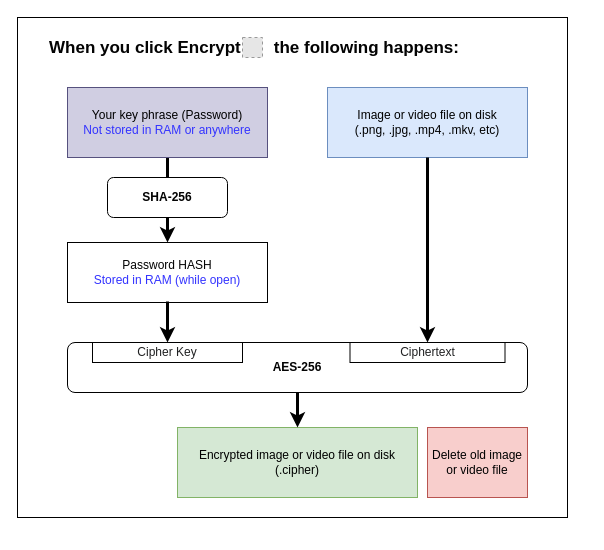
Before: assets/encrypt.drawio in annndruha/SecurePhotos, a draw.io diagram. Source tidied: cells renumbered, new cells numbered last; positions are measured from the earlier drawing's top-left corner, leaving out a move shared by most shapes. Both pictures are drawn from the tidied source at 100%, with x=0, y=0 at pixel (17, 17). Pictures stored in the file or linked from it are replaced by grey dashed boxes.
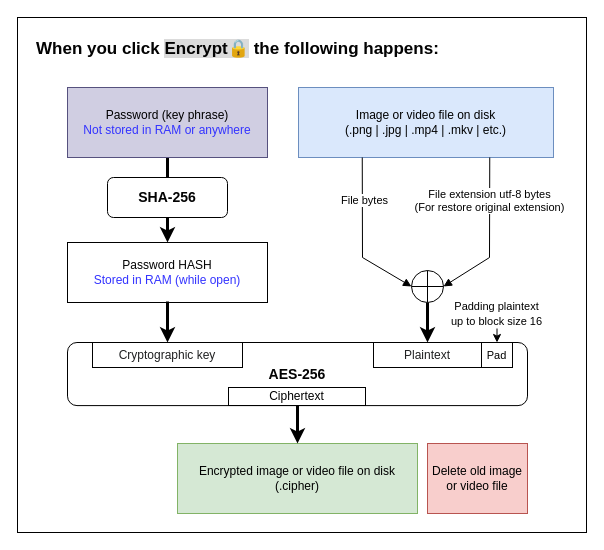
The same diagram, later.

Commit message (it also covers changes not shown here):
Add docstring and update diagram

Diff of the diagram source:
```diff
@@
     <mxCell id="2" style="rounded=0;whiteSpace=wrap;html=1;" parent="1" vertex="1">
-      <mxGeometry width="550" height="500" as="geometry" />
+      <mxGeometry width="569" height="515" as="geometry" />
     </mxCell>
-    <mxCell id="3" value="&lt;font color=&quot;#000000&quot;&gt;Image or video file on disk&lt;br&gt;(.png, .jpg, .mp4, .mkv, etc)&lt;br&gt;&lt;/font&gt;" style="rounded=0;whiteSpace=wrap;html=1;fillColor=#dae8fc;strokeColor=#6c8ebf;" parent="1" vertex="1">
-      <mxGeometry x="310" y="70" width="200" height="70" as="geometry" />
+    <mxCell id="3" value="&lt;font color=&quot;#000000&quot;&gt;Image or video file on disk&lt;br&gt;(.png | .jpg | .mp4 | .mkv | etc.)&lt;br&gt;&lt;/font&gt;" style="rounded=0;whiteSpace=wrap;html=1;fillColor=#dae8fc;strokeColor=#6c8ebf;" parent="1" vertex="1">
+      <mxGeometry x="281" y="70" width="255" height="70" as="geometry" />
     </mxCell>
@@
-    <mxCell id="5" value="&lt;font color=&quot;#030303&quot;&gt;&lt;b&gt;SHA-256&lt;/b&gt;&lt;/font&gt;" style="rounded=1;whiteSpace=wrap;html=1;fontColor=#8F8F8F;" parent="1" vertex="1">
+    <mxCell id="5" value="&lt;font color=&quot;#030303&quot; style=&quot;font-size: 14px;&quot;&gt;&lt;b style=&quot;font-size: 14px;&quot;&gt;SHA-256&lt;/b&gt;&lt;/font&gt;" style="rounded=1;whiteSpace=wrap;html=1;fontColor=#8F8F8F;fontSize=14;" parent="1" vertex="1">
       <mxGeometry x="90" y="160" width="120" height="40" as="geometry" />
     </mxCell>
@@
-    <mxCell id="8" style="endArrow=classic;html=1;rounded=0;fontColor=#030303;strokeColor=#000000;strokeWidth=3;exitX=0.5;exitY=1;exitDx=0;exitDy=0;entryX=0.5;entryY=0;entryDx=0;entryDy=0;" parent="1" edge="1" source="3" target="13">
+    <mxCell id="8" style="endArrow=classic;html=1;rounded=0;fontColor=#030303;strokeColor=#000000;strokeWidth=3;exitX=0;exitY=0.5;exitDx=0;exitDy=0;entryX=0.5;entryY=0;entryDx=0;entryDy=0;startArrow=none;exitPerimeter=0;" parent="1" edge="1" source="21" target="13">
       <mxGeometry relative="1" as="geometry" />
     </mxCell>
@@
-    <mxCell id="10" style="group;fontStyle=1;" parent="1" vertex="1">
-      <mxGeometry x="50" y="325" width="460" height="60" as="geometry" />
+    <mxCell id="10" style="group;fontStyle=1;fontSize=25;" parent="1" vertex="1">
+      <mxGeometry x="50" y="325" width="460" height="101" as="geometry" />
     </mxCell>
-    <mxCell id="11" value="&lt;b&gt;AES-256&lt;/b&gt;" style="rounded=1;whiteSpace=wrap;html=1;fontColor=#030303;" parent="10" vertex="1">
-      <mxGeometry width="460" height="50" as="geometry" />
+    <mxCell id="11" value="&lt;b&gt;&lt;font style=&quot;font-size: 14px;&quot;&gt;AES-256&lt;/font&gt;&lt;/b&gt;" style="rounded=1;whiteSpace=wrap;html=1;fontColor=#030303;" parent="10" vertex="1">
+      <mxGeometry width="460" height="63.1" as="geometry" />
     </mxCell>
-    <mxCell id="12" value="&lt;span style=&quot;color: rgb(32, 33, 34); font-family: sans-serif;&quot;&gt;&lt;font style=&quot;font-size: 12px;&quot;&gt;Cipher Key&lt;/font&gt;&lt;/span&gt;" style="rounded=0;whiteSpace=wrap;html=1;fontColor=#030303;" parent="10" vertex="1">
-      <mxGeometry x="25" width="150" height="20" as="geometry" />
+    <mxCell id="12" value="&lt;font face=&quot;sans-serif&quot; color=&quot;#202122&quot;&gt;Cryptographic key&lt;/font&gt;" style="rounded=0;whiteSpace=wrap;html=1;fontColor=#030303;" parent="10" vertex="1">
+      <mxGeometry x="25" width="150" height="25" as="geometry" />
     </mxCell>
-    <mxCell id="13" value="&lt;span style=&quot;color: rgb(32, 33, 34); font-family: sans-serif;&quot;&gt;&lt;font style=&quot;font-size: 12px;&quot;&gt;Ciphertext&lt;/font&gt;&lt;/span&gt;" style="rounded=0;whiteSpace=wrap;html=1;fontSize=12;fontColor=#030303;" parent="10" vertex="1">
-      <mxGeometry x="282.5" width="155" height="20" as="geometry" />
+    <mxCell id="13" value="&lt;span style=&quot;color: rgb(32, 33, 34); font-family: sans-serif;&quot;&gt;&lt;font style=&quot;font-size: 12px;&quot;&gt;Plaintext&lt;/font&gt;&lt;/span&gt;" style="rounded=0;whiteSpace=wrap;html=1;fontSize=12;fontColor=#030303;" parent="10" vertex="1">
+      <mxGeometry x="306" width="108" height="25" as="geometry" />
     </mxCell>
     <mxCell id="14" value="Encrypted image or video file on disk&lt;br&gt;(.cipher)" style="rounded=0;whiteSpace=wrap;html=1;fontSize=12;fillColor=#d5e8d4;strokeColor=#82b366;" parent="1" vertex="1">
-      <mxGeometry x="160" y="410" width="240" height="70" as="geometry" />
+      <mxGeometry x="160" y="426" width="240" height="70" as="geometry" />
     </mxCell>
@@
     <mxCell id="16" value="Delete old image or video file" style="rounded=0;whiteSpace=wrap;html=1;fontSize=12;fillColor=#f8cecc;strokeColor=#b85450;" parent="1" vertex="1">
-      <mxGeometry x="410" y="410" width="100" height="70" as="geometry" />
+      <mxGeometry x="410" y="426" width="100" height="70" as="geometry" />
     </mxCell>
-    <mxCell id="17" value="Your key phrase (Password)&lt;br&gt;&lt;span style=&quot;color: rgb(51, 51, 255);&quot;&gt;Not stored in RAM or anywhere&lt;/span&gt;" style="rounded=0;whiteSpace=wrap;html=1;fillColor=#d0cee2;strokeColor=#56517e;" parent="1" vertex="1">
+    <mxCell id="17" value="Password (key phrase)&lt;br&gt;&lt;span style=&quot;color: rgb(51, 51, 255);&quot;&gt;Not stored in RAM or anywhere&lt;/span&gt;" style="rounded=0;whiteSpace=wrap;html=1;fillColor=#d0cee2;strokeColor=#56517e;" parent="1" vertex="1">
       <mxGeometry x="50" y="70" width="200" height="70" as="geometry" />
     </mxCell>
-    <mxCell id="18" style="fillColor=#E6E6E6;strokeColor=#999999;dashed=1;verticalLabelPosition=bottom;labelBackgroundColor=default;verticalAlign=top;" parent="1" vertex="1">
-      <mxGeometry x="225" y="20" width="20" height="20" as="geometry" />
-    </mxCell>
-    <mxCell id="19" value="When you click Encrypt&amp;nbsp; &amp;nbsp; &amp;nbsp; &amp;nbsp;the following happens:" style="text;html=1;strokeColor=none;fillColor=none;align=left;verticalAlign=middle;whiteSpace=wrap;rounded=0;fontSize=17;fontColor=#030303;fontStyle=1;" parent="1" vertex="1">
-      <mxGeometry x="30" y="16" width="450" height="30" as="geometry" />
+    <mxCell id="19" value="When you click &lt;span style=&quot;background-color: rgb(219, 219, 219);&quot;&gt;Encrypt🔒&lt;/span&gt; the following happens:" style="text;html=1;strokeColor=none;fillColor=none;align=left;verticalAlign=middle;whiteSpace=wrap;rounded=0;fontSize=17;fontColor=#030303;fontStyle=1;" parent="1" vertex="1">
+      <mxGeometry x="17" y="17" width="450" height="30" as="geometry" />
     </mxCell>
+    <mxCell id="20" value="File bytes" style="html=1;verticalAlign=bottom;endArrow=block;rounded=0;entryX=0.5;entryY=0;entryDx=0;entryDy=0;exitX=0.25;exitY=1;exitDx=0;exitDy=0;entryPerimeter=0;" parent="1" edge="1" source="3" target="21">
+      <mxGeometry x="-0.34" y="2" relative="1" as="geometry">
+        <Array as="points">
+          <mxPoint x="345" y="240" />
+        </Array>
+      </mxGeometry>
+    </mxCell>
+    <mxCell id="21" style="verticalLabelPosition=bottom;verticalAlign=top;html=1;shape=mxgraph.flowchart.summing_function;rotation=-90;" parent="1" vertex="1">
+      <mxGeometry x="394" y="253" width="32" height="32" as="geometry" />
+    </mxCell>
+    <mxCell id="22" value="File extension utf-8 bytes&lt;br&gt;(For restore original extension)" style="html=1;verticalAlign=bottom;endArrow=block;rounded=0;exitX=0.75;exitY=1;exitDx=0;exitDy=0;entryX=0.5;entryY=1;entryDx=0;entryDy=0;entryPerimeter=0;" parent="1" edge="1" source="3" target="21">
+      <mxGeometry x="-0.24" relative="1" as="geometry">
+        <Array as="points">
+          <mxPoint x="472" y="240" />
+        </Array>
+      </mxGeometry>
+    </mxCell>
+    <mxCell id="23" value="Ciphertext" style="rounded=0;whiteSpace=wrap;html=1;" parent="1" vertex="1">
+      <mxGeometry x="211" y="370" width="137" height="18" as="geometry" />
+    </mxCell>
+    <mxCell id="24" value="&lt;font style=&quot;font-size: 11px;&quot;&gt;Padding plaintext up to block size 16&lt;/font&gt;" style="text;html=1;strokeColor=none;fillColor=none;align=center;verticalAlign=middle;whiteSpace=wrap;rounded=0;" parent="1" vertex="1">
+      <mxGeometry x="431" y="281" width="97" height="30" as="geometry" />
+    </mxCell>
+    <mxCell id="25" style="endArrow=classic;html=1;rounded=0;fontSize=11;exitX=0.5;exitY=1;exitDx=0;exitDy=0;entryX=0.5;entryY=0;entryDx=0;entryDy=0;" parent="1" edge="1" source="24" target="26">
+      <mxGeometry relative="1" as="geometry" />
+    </mxCell>
+    <mxCell id="26" value="Pad" style="rounded=0;whiteSpace=wrap;html=1;fontSize=11;" parent="1" vertex="1">
+      <mxGeometry x="464" y="325" width="31" height="25" as="geometry" />
+    </mxCell>
```
